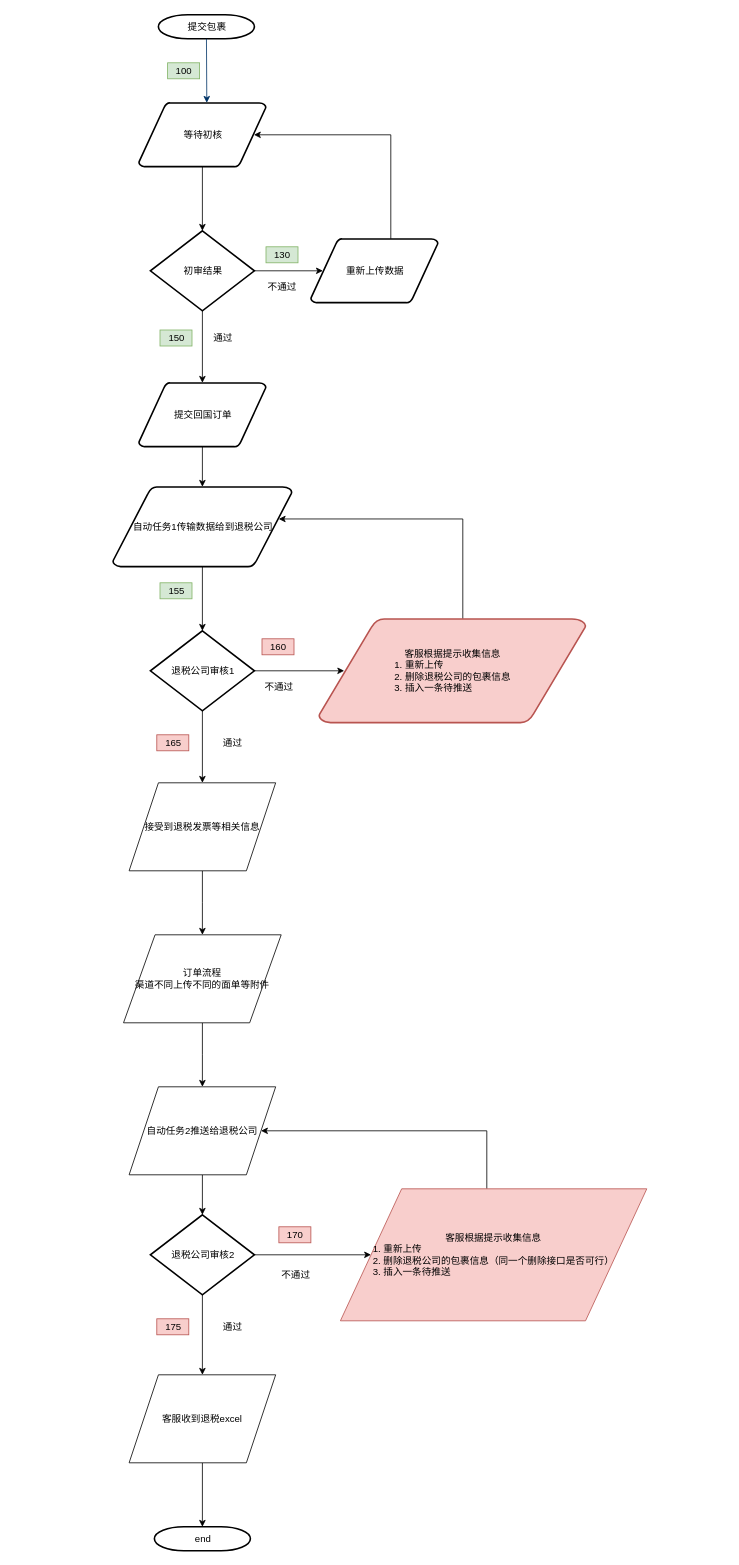
Before: tax_refund_flow.drawio in maclxf/ProjectDraw, a draw.io diagram. Source tidied: cells renumbered, new cells numbered last; positions are measured from the earlier drawing's top-left corner, leaving out a move shared by most shapes. Both pictures are drawn from the tidied source at 80%, with x=0, y=0 at pixel (112, 14).
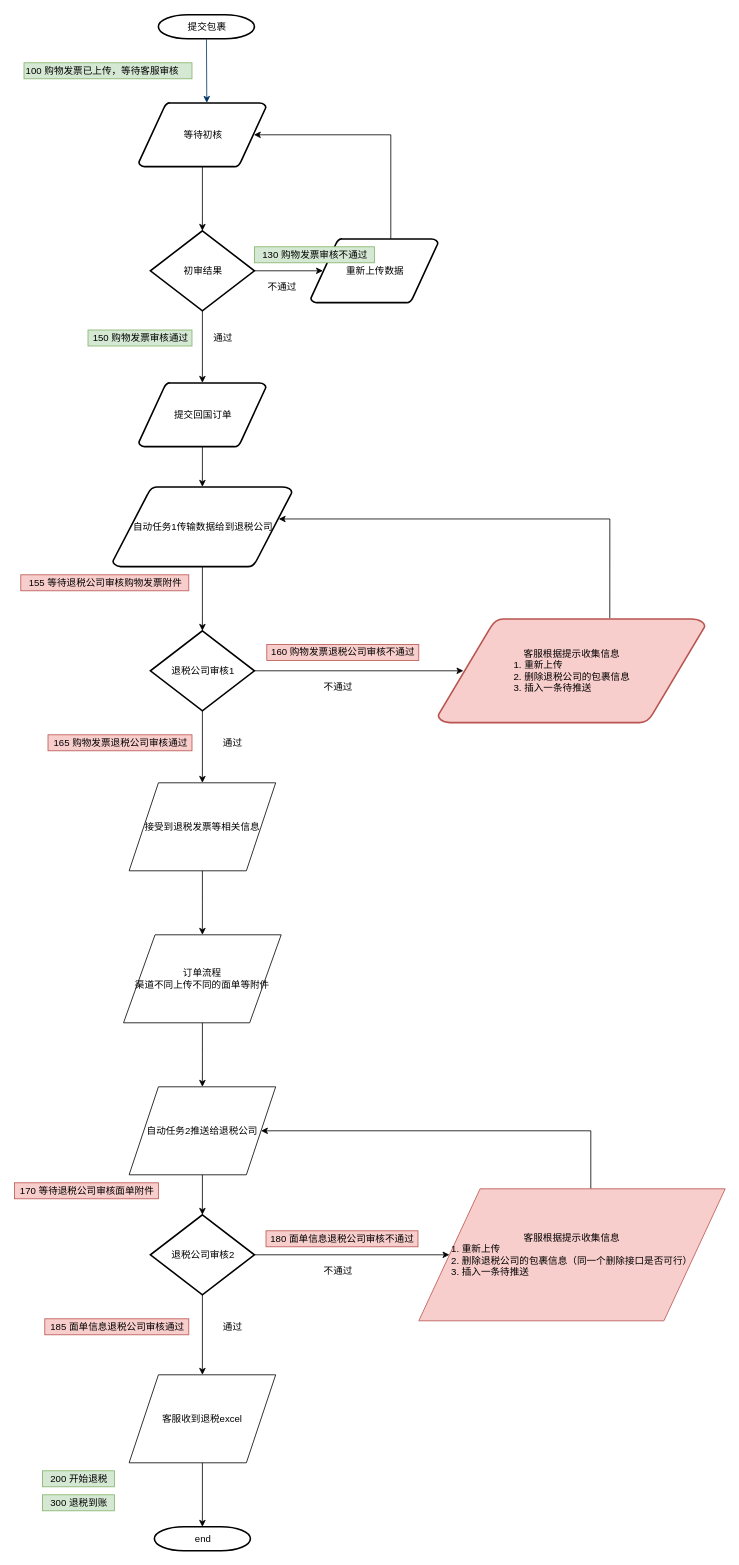
Above is the later version.

The change refers to these unchanged cells:
```xml
<mxCell id="17" value="自动任务1传输数据给到退税公司" style="shape=mxgraph.flowchart.data;strokeWidth=2;gradientColor=none;gradientDirection=north;fontStyle=0;html=1;" parent="1" vertex="1">
  <mxGeometry x="0.5" y="590" width="224" height="100" as="geometry" />
</mxCell>
<mxCell id="36" value="自动任务2推送给退税公司" style="shape=parallelogram;perimeter=parallelogramPerimeter;whiteSpace=wrap;html=1;" parent="1" vertex="1">
  <mxGeometry x="20.9" y="1340" width="183.2" height="110" as="geometry" />
</mxCell>
```

Diff of the diagram source:
```diff
@@
-    <mxCell id="5" value="100" style="text;html=1;align=center;verticalAlign=middle;fillColor=#d5e8d4;strokeColor=#82b366;" parent="1" vertex="1">
-      <mxGeometry x="69" y="60" width="40" height="20" as="geometry" />
+    <mxCell id="5" value="100&amp;nbsp;&lt;span&gt;购物发票已上传，等待客服审核&lt;/span&gt;" style="text;html=1;align=left;verticalAlign=middle;fillColor=#d5e8d4;strokeColor=#82b366;" parent="1" vertex="1">
+      <mxGeometry x="-110.5" y="60" width="210" height="20" as="geometry" />
     </mxCell>
@@
-    <mxCell id="18" value="130" style="text;html=1;align=center;verticalAlign=middle;fillColor=#d5e8d4;strokeColor=#82b366;" parent="1" vertex="1">
-      <mxGeometry x="192" y="290" width="40" height="20" as="geometry" />
+    <mxCell id="18" value="130&amp;nbsp;购物发票审核不通过" style="text;html=1;align=center;verticalAlign=middle;fillColor=#d5e8d4;strokeColor=#82b366;" parent="1" vertex="1">
+      <mxGeometry x="177.5" y="290" width="150" height="20" as="geometry" />
     </mxCell>
-    <mxCell id="19" value="150" style="text;html=1;align=center;verticalAlign=middle;fillColor=#d5e8d4;strokeColor=#82b366;" parent="1" vertex="1">
-      <mxGeometry x="59.5" y="394" width="40" height="20" as="geometry" />
+    <mxCell id="19" value="150&amp;nbsp;购物发票审核通过" style="text;html=1;align=center;verticalAlign=middle;fillColor=#d5e8d4;strokeColor=#82b366;" parent="1" vertex="1">
+      <mxGeometry x="-30.5" y="394" width="130" height="20" as="geometry" />
     </mxCell>
@@
-    <mxCell id="21" value="155" style="text;html=1;align=center;verticalAlign=middle;fillColor=#d5e8d4;strokeColor=#82b366;" parent="1" vertex="1">
-      <mxGeometry x="59.5" y="710" width="40" height="20" as="geometry" />
+    <mxCell id="21" value="155&amp;nbsp;等待退税公司审核购物发票附件" style="text;html=1;align=center;verticalAlign=middle;fillColor=#f8cecc;strokeColor=#b85450;" parent="1" vertex="1">
+      <mxGeometry x="-114.5" y="700" width="210" height="20" as="geometry" />
     </mxCell>
@@
-    <mxCell id="25" value="160" style="text;html=1;align=center;verticalAlign=middle;fillColor=#f8cecc;strokeColor=#b85450;" parent="1" vertex="1">
-      <mxGeometry x="187" y="780" width="40" height="20" as="geometry" />
+    <mxCell id="25" value="160&amp;nbsp;购物发票退税公司审核不通过" style="text;html=1;align=center;verticalAlign=middle;fillColor=#f8cecc;strokeColor=#b85450;" parent="1" vertex="1">
+      <mxGeometry x="193" y="787" width="190" height="20" as="geometry" />
     </mxCell>
     <mxCell id="26" value="不通过" style="text;html=1;align=center;verticalAlign=middle;" parent="1" vertex="1">
-      <mxGeometry x="183" y="830" width="50" height="20" as="geometry" />
+      <mxGeometry x="257" y="830" width="50" height="20" as="geometry" />
     </mxCell>
-    <mxCell id="27" style="edgeStyle=orthogonalEdgeStyle;rounded=0;jettySize=auto;html=1;entryX=0.926;entryY=0.402;entryDx=0;entryDy=0;entryPerimeter=0;" parent="1" edge="1" source="28" target="17">
+    <mxCell id="27" style="edgeStyle=orthogonalEdgeStyle;rounded=0;jettySize=auto;html=1;entryX=0.926;entryY=0.402;entryDx=0;entryDy=0;entryPerimeter=0;exitX=0.643;exitY=-0.006;exitDx=0;exitDy=0;exitPerimeter=0;" parent="1" edge="1" source="28" target="17">
       <mxGeometry relative="1" as="geometry">
         <Array as="points">
-          <mxPoint x="438" y="630" />
+          <mxPoint x="622" y="630" />
         </Array>
       </mxGeometry>
     </mxCell>
     <mxCell id="28" value="客服根据提示收集信息&lt;br&gt;&lt;div style=&quot;text-align: left&quot;&gt;&lt;span&gt;1. 重新上传&lt;/span&gt;&lt;/div&gt;&lt;div style=&quot;text-align: left&quot;&gt;&lt;span&gt;2. 删除退税公司的包裹信息&lt;/span&gt;&lt;/div&gt;&lt;div style=&quot;text-align: left&quot;&gt;&lt;span&gt;3. 插入一条待推送&lt;/span&gt;&lt;/div&gt;" style="shape=mxgraph.flowchart.data;strokeWidth=2;gradientDirection=north;fontStyle=0;html=1;fillColor=#f8cecc;strokeColor=#b85450;" parent="1" vertex="1">
-      <mxGeometry x="258" y="755" width="334" height="130" as="geometry" />
+      <mxGeometry x="407" y="755" width="334" height="130" as="geometry" />
     </mxCell>
-    <mxCell id="29" value="165" style="text;html=1;align=center;verticalAlign=middle;fillColor=#f8cecc;strokeColor=#b85450;" parent="1" vertex="1">
-      <mxGeometry x="55.5" y="900" width="40" height="20" as="geometry" />
+    <mxCell id="29" value="165&amp;nbsp;购物发票退税公司审核通过" style="text;html=1;align=center;verticalAlign=middle;fillColor=#f8cecc;strokeColor=#b85450;" parent="1" vertex="1">
+      <mxGeometry x="-80.5" y="900" width="180" height="20" as="geometry" />
     </mxCell>
@@
     <mxCell id="40" style="edgeStyle=orthogonalEdgeStyle;rounded=0;jettySize=auto;html=1;entryX=1;entryY=0.5;entryDx=0;entryDy=0;" parent="1" edge="1" source="41" target="36">
       <mxGeometry relative="1" as="geometry">
         <Array as="points">
-          <mxPoint x="468" y="1395" />
+          <mxPoint x="598" y="1395" />
         </Array>
       </mxGeometry>
     </mxCell>
     <mxCell id="41" value="&lt;span&gt;客服根据提示收集信息&lt;br&gt;&lt;div style=&quot;text-align: left&quot;&gt;&lt;span&gt;1. 重新上传&lt;/span&gt;&lt;/div&gt;&lt;/span&gt;&lt;div style=&quot;text-align: left&quot;&gt;2. 删除退税公司的包裹信息（同一个删除接口是否可行）&lt;/div&gt;&lt;div style=&quot;text-align: left&quot;&gt;3. 插入一条待推送&lt;/div&gt;" style="shape=parallelogram;perimeter=parallelogramPerimeter;whiteSpace=wrap;html=1;fillColor=#f8cecc;strokeColor=#b85450;" parent="1" vertex="1">
-      <mxGeometry x="285" y="1467.5" width="383" height="165" as="geometry" />
+      <mxGeometry x="383" y="1467.5" width="383" height="165" as="geometry" />
     </mxCell>
@@
-    <mxCell id="44" value="170" style="text;html=1;align=center;verticalAlign=middle;fillColor=#f8cecc;strokeColor=#b85450;" parent="1" vertex="1">
-      <mxGeometry x="208.1" y="1515" width="40" height="20" as="geometry" />
+    <mxCell id="44" value="180 面单信息退税公司审核不通过" style="text;html=1;align=center;verticalAlign=middle;fillColor=#f8cecc;strokeColor=#b85450;" parent="1" vertex="1">
+      <mxGeometry x="192" y="1520" width="190" height="20" as="geometry" />
     </mxCell>
     <mxCell id="45" value="不通过" style="text;html=1;align=center;verticalAlign=middle;" parent="1" vertex="1">
-      <mxGeometry x="204.1" y="1565" width="50" height="20" as="geometry" />
+      <mxGeometry x="257" y="1560" width="50" height="20" as="geometry" />
     </mxCell>
-    <mxCell id="46" value="175" style="text;html=1;align=center;verticalAlign=middle;fillColor=#f8cecc;strokeColor=#b85450;" parent="1" vertex="1">
-      <mxGeometry x="55.5" y="1630" width="40" height="20" as="geometry" />
+    <mxCell id="46" value="185&amp;nbsp;面单信息退税公司审核通过" style="text;html=1;align=center;verticalAlign=middle;fillColor=#f8cecc;strokeColor=#b85450;" parent="1" vertex="1">
+      <mxGeometry x="-84.5" y="1630" width="180" height="20" as="geometry" />
     </mxCell>
@@
+    <mxCell id="48" value="200 开始退税" style="text;html=1;align=center;verticalAlign=middle;fillColor=#d5e8d4;strokeColor=#82b366;" parent="1" vertex="1">
+      <mxGeometry x="-87.5" y="1820" width="90" height="20" as="geometry" />
+    </mxCell>
+    <mxCell id="49" value="&lt;span style=&quot;text-align: left&quot;&gt;300 退税到账&lt;/span&gt;" style="text;html=1;align=center;verticalAlign=middle;fillColor=#d5e8d4;strokeColor=#82b366;" parent="1" vertex="1">
+      <mxGeometry x="-87.5" y="1850" width="90" height="20" as="geometry" />
+    </mxCell>
+    <mxCell id="50" value="170&amp;nbsp;等待退税公司审核面单附件" style="text;html=1;align=center;verticalAlign=middle;fillColor=#f8cecc;strokeColor=#b85450;" parent="1" vertex="1">
+      <mxGeometry x="-122.5" y="1460" width="180" height="20" as="geometry" />
+    </mxCell>
```
